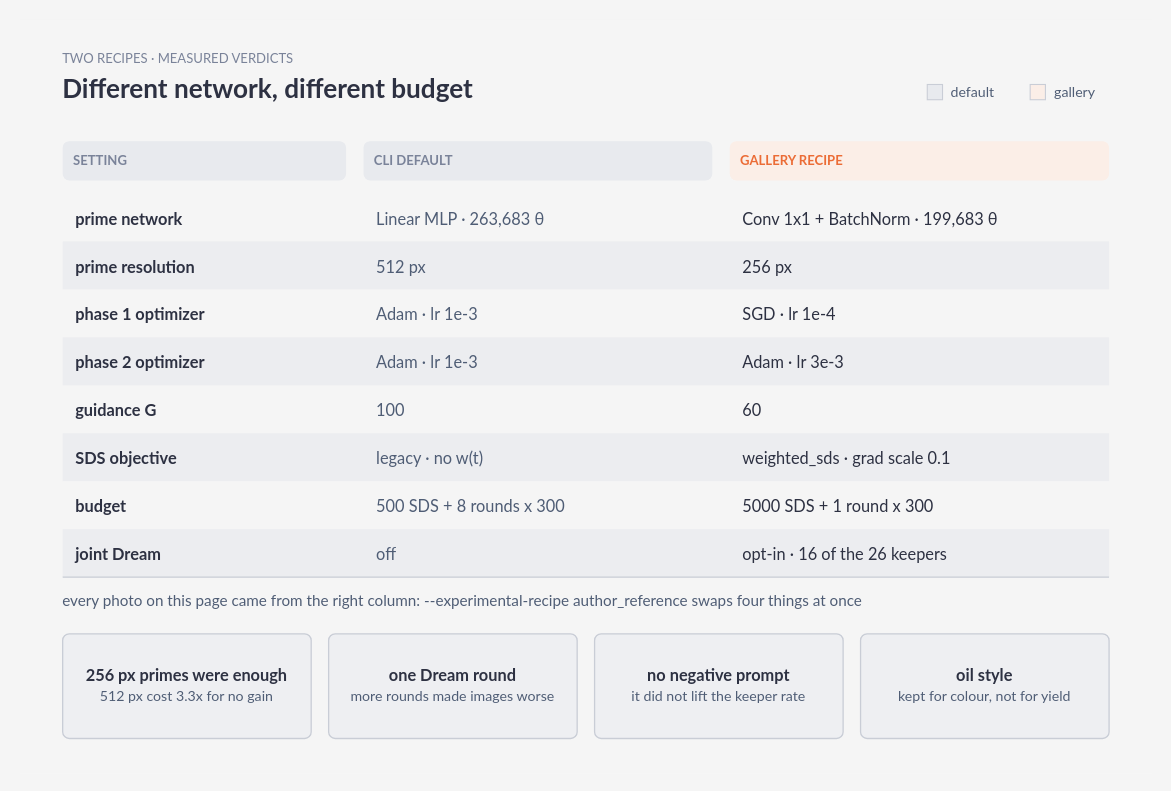
Above: docs/figures/recipe.drawio in Portocolom-Studio/potocolom (draw.io), before the change. Source tidied: cells renumbered, new cells numbered last; positions are measured from the earlier drawing's top-left corner, leaving out a move shared by most shapes. Both pictures are drawn from the tidied source at 109%, with x=0, y=0 at pixel (19, 19).
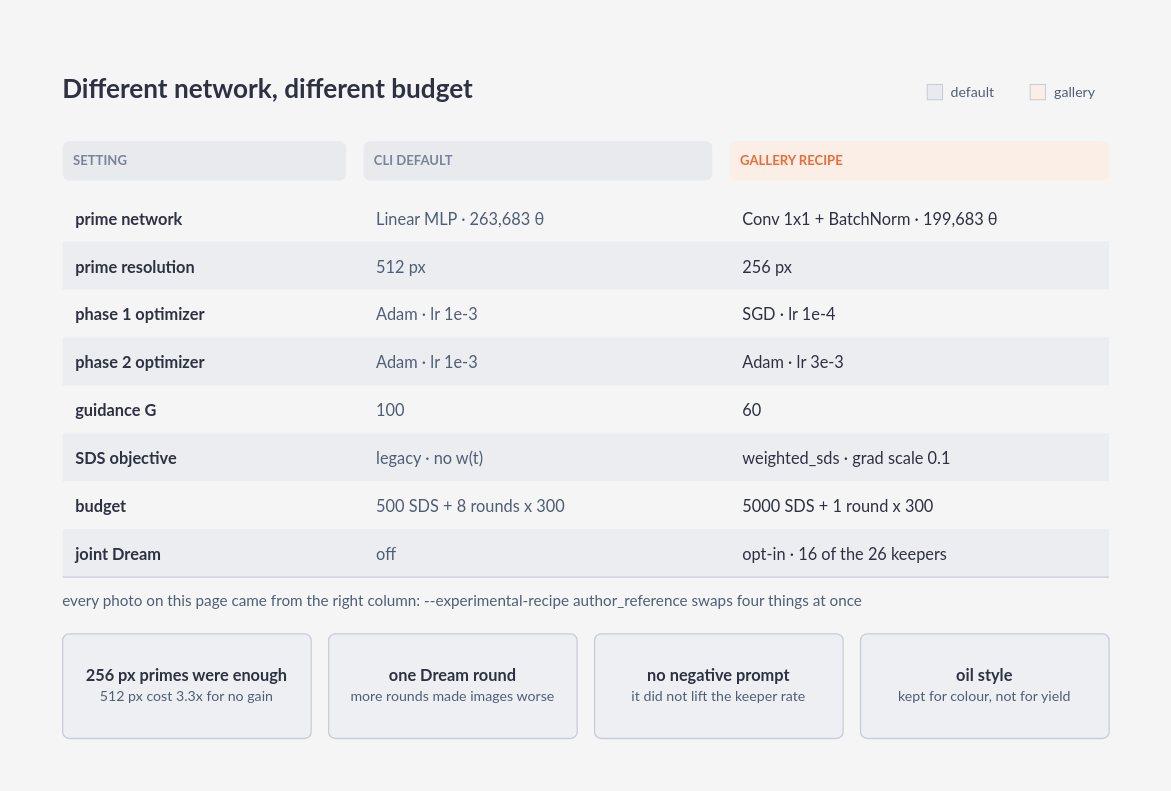
After the change.

Diff of the diagram source:
```diff
@@
     <mxCell id="2" style="rounded=0;absoluteArcSize=1;arcSize=12;whiteSpace=wrap;html=1;fillColor=#f5f5f5;strokeColor=none;strokeWidth=1.2;fontFamily=Lato;fontSize=16;fontColor=#2d3142;fontStyle=1;align=center;verticalAlign=middle;spacing=10;selectable=0;" parent="1" vertex="1">
-      <mxGeometry width="1040" height="692" as="geometry" />
+      <mxGeometry y="20" width="1040" height="672" as="geometry" />
     </mxCell>
-    <mxCell id="3" value="TWO RECIPES · MEASURED VERDICTS" style="text;html=1;whiteSpace=wrap;fontFamily=Lato;fontSize=12;fontColor=#7a8399;fontStyle=0;align=left;verticalAlign=middle;spacing=0;" parent="1" vertex="1">
-      <mxGeometry x="40" y="28" width="960" height="18" as="geometry" />
-    </mxCell>
```
